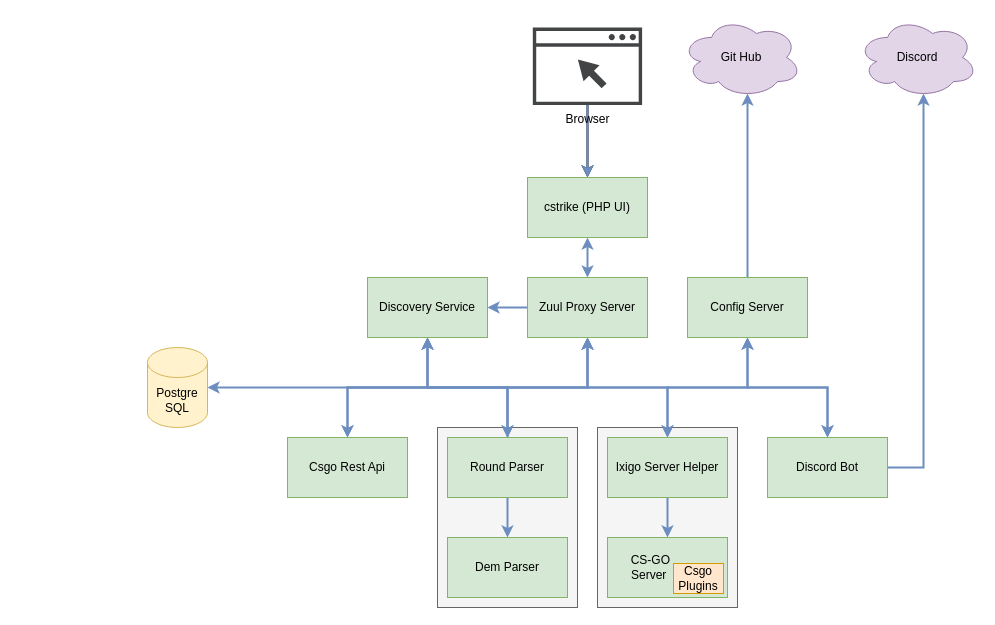
marcosolina/csgo_util keeps this draw.io diagram as misc/pictures/Services Diagram.drawio. Above is the earlier version. Source tidied: cells renumbered, new cells numbered last; positions are measured from the earlier drawing's top-left corner, leaving out a move shared by most shapes. Both pictures are drawn from the tidied source at 100%, with x=0, y=0 at pixel (147, 17).
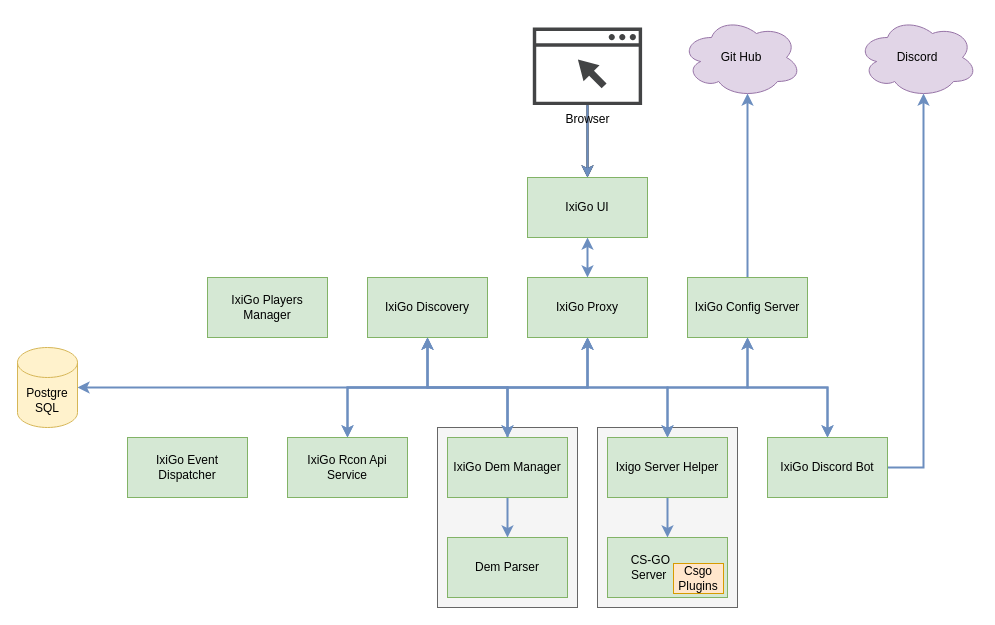
The same diagram, later.

What changed in the source:
```diff
@@
-    <mxCell id="4" value="Discovery Service" style="rounded=0;whiteSpace=wrap;html=1;fillColor=#d5e8d4;strokeColor=#82b366;" parent="1" vertex="1">
+    <mxCell id="4" value="IxiGo Discovery" style="rounded=0;whiteSpace=wrap;html=1;fillColor=#d5e8d4;strokeColor=#82b366;" parent="1" vertex="1">
       <mxGeometry x="220" y="260" width="120" height="60" as="geometry" />
     </mxCell>
@@
-    <mxCell id="6" value="Config Server" style="rounded=0;whiteSpace=wrap;html=1;fillColor=#d5e8d4;strokeColor=#82b366;" parent="1" vertex="1">
+    <mxCell id="6" value="IxiGo Config Server" style="rounded=0;whiteSpace=wrap;html=1;fillColor=#d5e8d4;strokeColor=#82b366;" parent="1" vertex="1">
       <mxGeometry x="540" y="260" width="120" height="60" as="geometry" />
     </mxCell>
@@
-    <mxCell id="10" value="Discord Bot" style="rounded=0;whiteSpace=wrap;html=1;fillColor=#d5e8d4;strokeColor=#82b366;" parent="1" vertex="1">
+    <mxCell id="10" value="IxiGo Discord Bot" style="rounded=0;whiteSpace=wrap;html=1;fillColor=#d5e8d4;strokeColor=#82b366;" parent="1" vertex="1">
       <mxGeometry x="620" y="420" width="120" height="60" as="geometry" />
     </mxCell>
@@
-    <mxCell id="13" value="Csgo Rest Api" style="rounded=0;whiteSpace=wrap;html=1;fillColor=#d5e8d4;strokeColor=#82b366;" parent="1" vertex="1">
+    <mxCell id="13" value="IxiGo Rcon Api Service" style="rounded=0;whiteSpace=wrap;html=1;fillColor=#d5e8d4;strokeColor=#82b366;" parent="1" vertex="1">
       <mxGeometry x="140" y="420" width="120" height="60" as="geometry" />
     </mxCell>
@@
-    <mxCell id="22" value="Round Parser" style="rounded=0;whiteSpace=wrap;html=1;fillColor=#d5e8d4;strokeColor=#82b366;" parent="1" vertex="1">
+    <mxCell id="22" value="IxiGo Dem Manager" style="rounded=0;whiteSpace=wrap;html=1;fillColor=#d5e8d4;strokeColor=#82b366;" parent="1" vertex="1">
       <mxGeometry x="300" y="420" width="120" height="60" as="geometry" />
     </mxCell>
@@
-    <mxCell id="26" value="cstrike (PHP UI)" style="rounded=0;whiteSpace=wrap;html=1;fillColor=#d5e8d4;strokeColor=#82b366;" parent="1" vertex="1">
+    <mxCell id="26" value="IxiGo UI" style="rounded=0;whiteSpace=wrap;html=1;fillColor=#d5e8d4;strokeColor=#82b366;" parent="1" vertex="1">
       <mxGeometry x="380" y="160" width="120" height="60" as="geometry" />
     </mxCell>
-    <mxCell id="27" style="edgeStyle=orthogonalEdgeStyle;rounded=0;jettySize=auto;html=1;exitX=0;exitY=0.5;exitDx=0;exitDy=0;entryX=1;entryY=0.5;entryDx=0;entryDy=0;startArrow=none;startFill=0;strokeWidth=2;fillColor=#dae8fc;strokeColor=#6c8ebf;" parent="1" edge="1" source="28" target="4">
-      <mxGeometry relative="1" as="geometry" />
-    </mxCell>
-    <mxCell id="28" value="Zuul Proxy Server" style="rounded=0;whiteSpace=wrap;html=1;fillColor=#d5e8d4;strokeColor=#82b366;" parent="1" vertex="1">
+    <mxCell id="28" value="IxiGo Proxy" style="rounded=0;whiteSpace=wrap;html=1;fillColor=#d5e8d4;strokeColor=#82b366;" parent="1" vertex="1">
       <mxGeometry x="380" y="260" width="120" height="60" as="geometry" />
     </mxCell>
@@
     <mxCell id="35" value="Postgre SQL" style="shape=cylinder3;whiteSpace=wrap;html=1;boundedLbl=1;backgroundOutline=1;size=15;fillColor=#fff2cc;strokeColor=#d6b656;" parent="1" vertex="1">
-      <mxGeometry y="330" width="60" height="80" as="geometry" />
+      <mxGeometry x="-130" y="330" width="60" height="80" as="geometry" />
     </mxCell>
+    <mxCell id="36" value="IxiGo Event Dispatcher" style="rounded=0;whiteSpace=wrap;html=1;fillColor=#d5e8d4;strokeColor=#82b366;" parent="1" vertex="1">
+      <mxGeometry x="-20" y="420" width="120" height="60" as="geometry" />
+    </mxCell>
+    <mxCell id="37" value="IxiGo Players Manager" style="rounded=0;whiteSpace=wrap;html=1;fillColor=#d5e8d4;strokeColor=#82b366;" parent="1" vertex="1">
+      <mxGeometry x="60" y="260" width="120" height="60" as="geometry" />
+    </mxCell>
```
